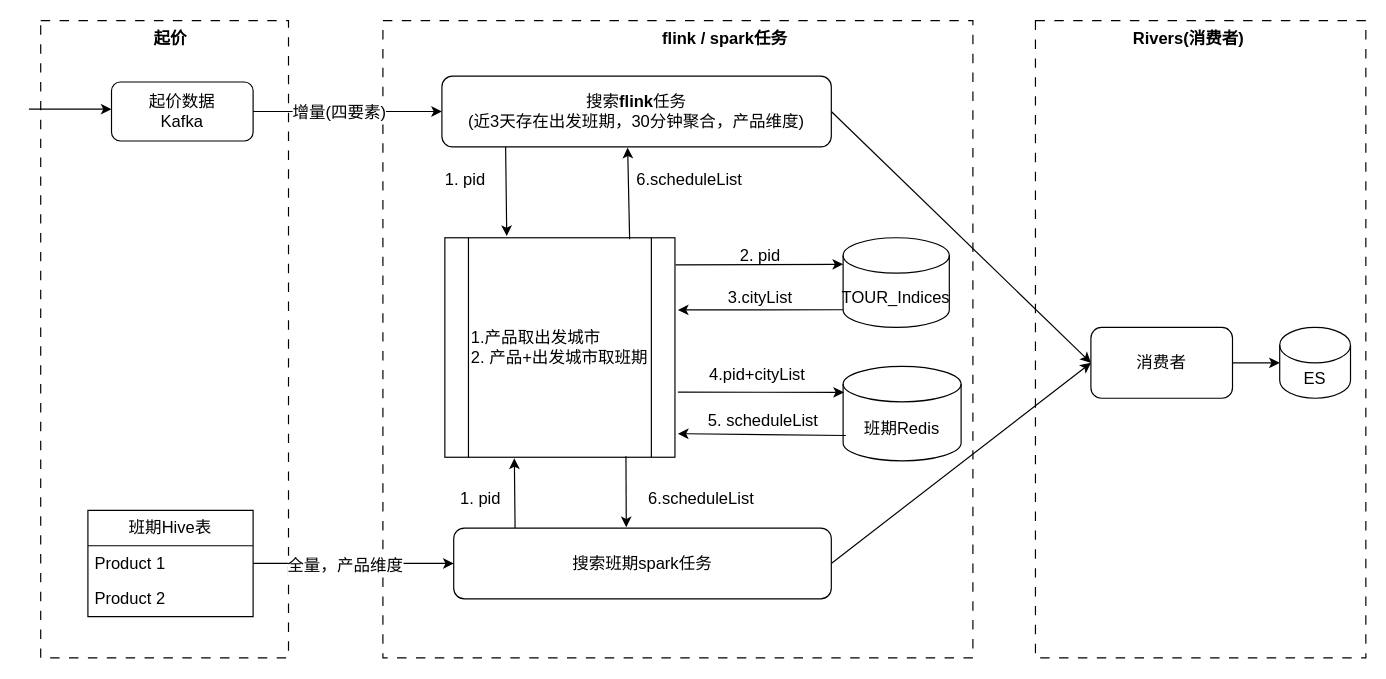
Before: 索引班期更新.drawio in haiyang1985/draw-io, a draw.io diagram. Source tidied: cells renumbered, new cells numbered last; positions are measured from the earlier drawing's top-left corner, leaving out a move shared by most shapes. Both pictures are drawn from the tidied source at 118%, with x=0, y=0 at pixel (28, 20).
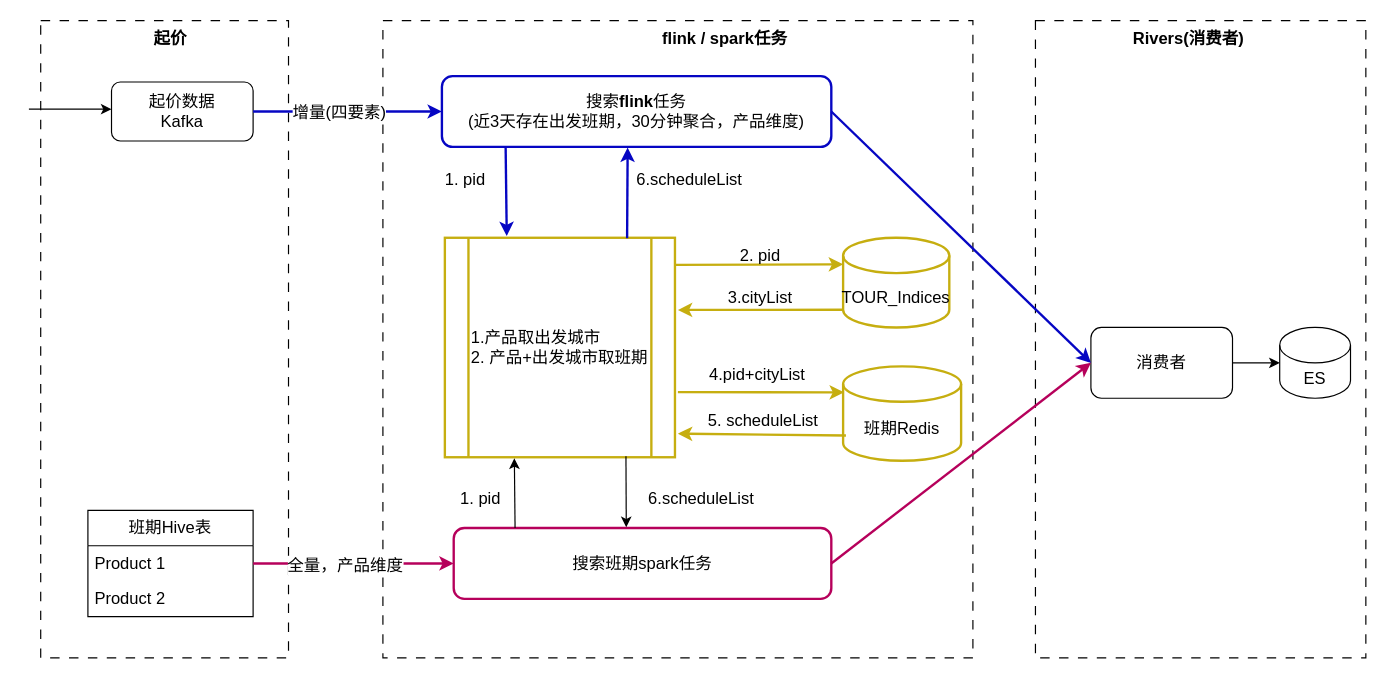
Above is the later version.

Commit message:
更新索引班期更新.drawio

The change refers to these unchanged cells:
```xml
<mxCell id="2" style="rounded=0;whiteSpace=wrap;html=1;fontSize=14;dashed=1;dashPattern=8 8;" parent="1" vertex="1">
  <mxGeometry x="300" width="500" height="540" as="geometry" />
</mxCell>
<mxCell id="8" value="起价数据&lt;div&gt;Kafka&lt;/div&gt;" style="rounded=1;whiteSpace=wrap;html=1;fontSize=14;" parent="1" vertex="1">
  <mxGeometry x="70" y="52" width="120" height="50" as="geometry" />
</mxCell>
<mxCell id="13" value="消费者" style="rounded=1;whiteSpace=wrap;html=1;fontSize=14;" parent="1" vertex="1">
  <mxGeometry x="900" y="260" width="120" height="60" as="geometry" />
</mxCell>
<mxCell id="33" value="Product 1" style="text;strokeColor=none;fillColor=none;align=left;verticalAlign=middle;spacingLeft=4;spacingRight=4;overflow=hidden;points=[[0,0.5],[1,0.5]];portConstraint=eastwest;whiteSpace=wrap;html=1;fontSize=14;" parent="32" vertex="1">
  <mxGeometry y="30" width="140" height="30" as="geometry" />
</mxCell>
```

The edit, as a diff of the source:
```diff
@@
-    <mxCell id="9" value="搜索&lt;b&gt;flink&lt;/b&gt;任务&lt;div&gt;(近3天存在出发班期，30分钟聚合，产品维度)&lt;/div&gt;" style="rounded=1;whiteSpace=wrap;html=1;fontSize=14;" parent="1" vertex="1">
+    <mxCell id="9" value="搜索&lt;b&gt;flink&lt;/b&gt;任务&lt;div&gt;(近3天存在出发班期，30分钟聚合，产品维度)&lt;/div&gt;" style="rounded=1;whiteSpace=wrap;html=1;fontSize=14;strokeColor=#0606C3;strokeWidth=2;" parent="1" vertex="1">
       <mxGeometry x="350" y="47" width="330" height="60" as="geometry" />
     </mxCell>
-    <mxCell id="10" style="endArrow=classic;html=1;rounded=0;exitX=1;exitY=0.5;exitDx=0;exitDy=0;entryX=0;entryY=0.5;entryDx=0;entryDy=0;fontSize=14;" parent="1" edge="1" source="8" target="9">
+    <mxCell id="10" style="endArrow=classic;html=1;rounded=0;exitX=1;exitY=0.5;exitDx=0;exitDy=0;entryX=0;entryY=0.5;entryDx=0;entryDy=0;fontSize=14;strokeColor=#0606C3;strokeWidth=2;" parent="1" edge="1" source="8" target="9">
       <mxGeometry relative="1" as="geometry" />
     </mxCell>
@@
-    <mxCell id="14" style="endArrow=classic;html=1;rounded=0;exitX=1;exitY=0.5;exitDx=0;exitDy=0;entryX=0;entryY=0.5;entryDx=0;entryDy=0;fontSize=14;" parent="1" edge="1" source="9" target="13">
+    <mxCell id="14" style="endArrow=classic;html=1;rounded=0;exitX=1;exitY=0.5;exitDx=0;exitDy=0;entryX=0;entryY=0.5;entryDx=0;entryDy=0;fontSize=14;strokeColor=#0606C3;strokeWidth=2;" parent="1" edge="1" source="9" target="13">
       <mxGeometry relative="1" as="geometry" />
     </mxCell>
@@
-    <mxCell id="16" value="&lt;div&gt;&lt;div class=&quot;old-record-id-NbmhdIVokoazy3xnzICccXbInMe&quot;&gt;TOUR_Indices&lt;/div&gt;&lt;/div&gt;&lt;span data-lark-record-data=&quot;{&amp;quot;rootId&amp;quot;:&amp;quot;E3Tqdnlf3o5lEfxBQr9c95AwnEf&amp;quot;,&amp;quot;text&amp;quot;:{&amp;quot;initialAttributedTexts&amp;quot;:{&amp;quot;text&amp;quot;:{&amp;quot;0&amp;quot;:&amp;quot;TOUR_Indices&amp;quot;},&amp;quot;attribs&amp;quot;:{&amp;quot;0&amp;quot;:&amp;quot;*0+c&amp;quot;}},&amp;quot;apool&amp;quot;:{&amp;quot;numToAttrib&amp;quot;:{&amp;quot;0&amp;quot;:[&amp;quot;author&amp;quot;,&amp;quot;7514862704348151811&amp;quot;]},&amp;quot;nextNum&amp;quot;:1}},&amp;quot;type&amp;quot;:&amp;quot;text&amp;quot;,&amp;quot;referenceRecordMap&amp;quot;:{},&amp;quot;extra&amp;quot;:{&amp;quot;channel&amp;quot;:&amp;quot;saas&amp;quot;,&amp;quot;isEqualBlockSelection&amp;quot;:false,&amp;quot;pasteRandomId&amp;quot;:&amp;quot;73dc063c-bffc-431a-b55b-ae562a93a724&amp;quot;,&amp;quot;mention_page_title&amp;quot;:{},&amp;quot;external_mention_url&amp;quot;:{}},&amp;quot;isKeepQuoteContainer&amp;quot;:false,&amp;quot;isFromCode&amp;quot;:false,&amp;quot;selection&amp;quot;:[{&amp;quot;id&amp;quot;:161,&amp;quot;type&amp;quot;:&amp;quot;text&amp;quot;,&amp;quot;selection&amp;quot;:{&amp;quot;start&amp;quot;:20,&amp;quot;end&amp;quot;:32},&amp;quot;recordId&amp;quot;:&amp;quot;NbmhdIVokoazy3xnzICccXbInMe&amp;quot;}],&amp;quot;payloadMap&amp;quot;:{},&amp;quot;isCut&amp;quot;:false}&quot; class=&quot;lark-record-clipboard&quot;&gt;&lt;/span&gt;" style="shape=cylinder3;whiteSpace=wrap;html=1;boundedLbl=1;backgroundOutline=1;size=15;fontSize=14;" parent="1" vertex="1">
+    <mxCell id="16" value="&lt;div&gt;&lt;div class=&quot;old-record-id-NbmhdIVokoazy3xnzICccXbInMe&quot;&gt;TOUR_Indices&lt;/div&gt;&lt;/div&gt;&lt;span data-lark-record-data=&quot;{&amp;quot;rootId&amp;quot;:&amp;quot;E3Tqdnlf3o5lEfxBQr9c95AwnEf&amp;quot;,&amp;quot;text&amp;quot;:{&amp;quot;initialAttributedTexts&amp;quot;:{&amp;quot;text&amp;quot;:{&amp;quot;0&amp;quot;:&amp;quot;TOUR_Indices&amp;quot;},&amp;quot;attribs&amp;quot;:{&amp;quot;0&amp;quot;:&amp;quot;*0+c&amp;quot;}},&amp;quot;apool&amp;quot;:{&amp;quot;numToAttrib&amp;quot;:{&amp;quot;0&amp;quot;:[&amp;quot;author&amp;quot;,&amp;quot;7514862704348151811&amp;quot;]},&amp;quot;nextNum&amp;quot;:1}},&amp;quot;type&amp;quot;:&amp;quot;text&amp;quot;,&amp;quot;referenceRecordMap&amp;quot;:{},&amp;quot;extra&amp;quot;:{&amp;quot;channel&amp;quot;:&amp;quot;saas&amp;quot;,&amp;quot;isEqualBlockSelection&amp;quot;:false,&amp;quot;pasteRandomId&amp;quot;:&amp;quot;73dc063c-bffc-431a-b55b-ae562a93a724&amp;quot;,&amp;quot;mention_page_title&amp;quot;:{},&amp;quot;external_mention_url&amp;quot;:{}},&amp;quot;isKeepQuoteContainer&amp;quot;:false,&amp;quot;isFromCode&amp;quot;:false,&amp;quot;selection&amp;quot;:[{&amp;quot;id&amp;quot;:161,&amp;quot;type&amp;quot;:&amp;quot;text&amp;quot;,&amp;quot;selection&amp;quot;:{&amp;quot;start&amp;quot;:20,&amp;quot;end&amp;quot;:32},&amp;quot;recordId&amp;quot;:&amp;quot;NbmhdIVokoazy3xnzICccXbInMe&amp;quot;}],&amp;quot;payloadMap&amp;quot;:{},&amp;quot;isCut&amp;quot;:false}&quot; class=&quot;lark-record-clipboard&quot;&gt;&lt;/span&gt;" style="shape=cylinder3;whiteSpace=wrap;html=1;boundedLbl=1;backgroundOutline=1;size=15;fontSize=14;strokeWidth=2;strokeColor=light-dark(#c6ae10, #ededed);" parent="1" vertex="1">
       <mxGeometry x="690" y="184" width="90" height="76" as="geometry" />
     </mxCell>
-    <mxCell id="17" value="&lt;div&gt;&lt;div class=&quot;old-record-id-NbmhdIVokoazy3xnzICccXbInMe&quot;&gt;&lt;div&gt;&lt;div class=&quot;old-record-id-LIoNdeA58oORJnxvpQgcXSyWnAw&quot;&gt;&lt;span style=&quot;color: light-dark(rgb(0, 0, 0), rgb(237, 237, 237)); background-color: transparent;&quot;&gt;班期Redis&lt;/span&gt;&lt;/div&gt;&lt;/div&gt;&lt;span data-lark-record-data=&quot;{&amp;quot;rootId&amp;quot;:&amp;quot;E3Tqdnlf3o5lEfxBQr9c95AwnEf&amp;quot;,&amp;quot;text&amp;quot;:{&amp;quot;initialAttributedTexts&amp;quot;:{&amp;quot;text&amp;quot;:{&amp;quot;0&amp;quot;:&amp;quot;TOUR_PRICEENGINE_SCHEDULE &amp;quot;},&amp;quot;attribs&amp;quot;:{&amp;quot;0&amp;quot;:&amp;quot;*1*0+q&amp;quot;}},&amp;quot;apool&amp;quot;:{&amp;quot;numToAttrib&amp;quot;:{&amp;quot;0&amp;quot;:[&amp;quot;textHighlight&amp;quot;,&amp;quot;rgb(216,57,49)&amp;quot;],&amp;quot;1&amp;quot;:[&amp;quot;author&amp;quot;,&amp;quot;7514862704348151811&amp;quot;]},&amp;quot;nextNum&amp;quot;:2}},&amp;quot;type&amp;quot;:&amp;quot;text&amp;quot;,&amp;quot;referenceRecordMap&amp;quot;:{},&amp;quot;extra&amp;quot;:{&amp;quot;channel&amp;quot;:&amp;quot;saas&amp;quot;,&amp;quot;isEqualBlockSelection&amp;quot;:false,&amp;quot;pasteRandomId&amp;quot;:&amp;quot;31fc69ff-c882-4c0b-a564-73681091c8dd&amp;quot;,&amp;quot;mention_page_title&amp;quot;:{},&amp;quot;external_mention_url&amp;quot;:{}},&amp;quot;isKeepQuoteContainer&amp;quot;:false,&amp;quot;isFromCode&amp;quot;:false,&amp;quot;selection&amp;quot;:[{&amp;quot;id&amp;quot;:139,&amp;quot;type&amp;quot;:&amp;quot;text&amp;quot;,&amp;quot;selection&amp;quot;:{&amp;quot;start&amp;quot;:34,&amp;quot;end&amp;quot;:60},&amp;quot;recordId&amp;quot;:&amp;quot;LIoNdeA58oORJnxvpQgcXSyWnAw&amp;quot;}],&amp;quot;payloadMap&amp;quot;:{},&amp;quot;isCut&amp;quot;:false}&quot; class=&quot;lark-record-clipboard&quot;&gt;&lt;/span&gt;&lt;/div&gt;&lt;/div&gt;&lt;span data-lark-record-data=&quot;{&amp;quot;rootId&amp;quot;:&amp;quot;E3Tqdnlf3o5lEfxBQr9c95AwnEf&amp;quot;,&amp;quot;text&amp;quot;:{&amp;quot;initialAttributedTexts&amp;quot;:{&amp;quot;text&amp;quot;:{&amp;quot;0&amp;quot;:&amp;quot;TOUR_Indices&amp;quot;},&amp;quot;attribs&amp;quot;:{&amp;quot;0&amp;quot;:&amp;quot;*0+c&amp;quot;}},&amp;quot;apool&amp;quot;:{&amp;quot;numToAttrib&amp;quot;:{&amp;quot;0&amp;quot;:[&amp;quot;author&amp;quot;,&amp;quot;7514862704348151811&amp;quot;]},&amp;quot;nextNum&amp;quot;:1}},&amp;quot;type&amp;quot;:&amp;quot;text&amp;quot;,&amp;quot;referenceRecordMap&amp;quot;:{},&amp;quot;extra&amp;quot;:{&amp;quot;channel&amp;quot;:&amp;quot;saas&amp;quot;,&amp;quot;isEqualBlockSelection&amp;quot;:false,&amp;quot;pasteRandomId&amp;quot;:&amp;quot;73dc063c-bffc-431a-b55b-ae562a93a724&amp;quot;,&amp;quot;mention_page_title&amp;quot;:{},&amp;quot;external_mention_url&amp;quot;:{}},&amp;quot;isKeepQuoteContainer&amp;quot;:false,&amp;quot;isFromCode&amp;quot;:false,&amp;quot;selection&amp;quot;:[{&amp;quot;id&amp;quot;:161,&amp;quot;type&amp;quot;:&amp;quot;text&amp;quot;,&amp;quot;selection&amp;quot;:{&amp;quot;start&amp;quot;:20,&amp;quot;end&amp;quot;:32},&amp;quot;recordId&amp;quot;:&amp;quot;NbmhdIVokoazy3xnzICccXbInMe&amp;quot;}],&amp;quot;payloadMap&amp;quot;:{},&amp;quot;isCut&amp;quot;:false}&quot; class=&quot;lark-record-clipboard&quot;&gt;&lt;/span&gt;" style="shape=cylinder3;whiteSpace=wrap;html=1;boundedLbl=1;backgroundOutline=1;size=15;fontSize=14;" parent="1" vertex="1">
+    <mxCell id="17" value="&lt;div&gt;&lt;div class=&quot;old-record-id-NbmhdIVokoazy3xnzICccXbInMe&quot;&gt;&lt;div&gt;&lt;div class=&quot;old-record-id-LIoNdeA58oORJnxvpQgcXSyWnAw&quot;&gt;&lt;span style=&quot;color: light-dark(rgb(0, 0, 0), rgb(237, 237, 237)); background-color: transparent;&quot;&gt;班期Redis&lt;/span&gt;&lt;/div&gt;&lt;/div&gt;&lt;span data-lark-record-data=&quot;{&amp;quot;rootId&amp;quot;:&amp;quot;E3Tqdnlf3o5lEfxBQr9c95AwnEf&amp;quot;,&amp;quot;text&amp;quot;:{&amp;quot;initialAttributedTexts&amp;quot;:{&amp;quot;text&amp;quot;:{&amp;quot;0&amp;quot;:&amp;quot;TOUR_PRICEENGINE_SCHEDULE &amp;quot;},&amp;quot;attribs&amp;quot;:{&amp;quot;0&amp;quot;:&amp;quot;*1*0+q&amp;quot;}},&amp;quot;apool&amp;quot;:{&amp;quot;numToAttrib&amp;quot;:{&amp;quot;0&amp;quot;:[&amp;quot;textHighlight&amp;quot;,&amp;quot;rgb(216,57,49)&amp;quot;],&amp;quot;1&amp;quot;:[&amp;quot;author&amp;quot;,&amp;quot;7514862704348151811&amp;quot;]},&amp;quot;nextNum&amp;quot;:2}},&amp;quot;type&amp;quot;:&amp;quot;text&amp;quot;,&amp;quot;referenceRecordMap&amp;quot;:{},&amp;quot;extra&amp;quot;:{&amp;quot;channel&amp;quot;:&amp;quot;saas&amp;quot;,&amp;quot;isEqualBlockSelection&amp;quot;:false,&amp;quot;pasteRandomId&amp;quot;:&amp;quot;31fc69ff-c882-4c0b-a564-73681091c8dd&amp;quot;,&amp;quot;mention_page_title&amp;quot;:{},&amp;quot;external_mention_url&amp;quot;:{}},&amp;quot;isKeepQuoteContainer&amp;quot;:false,&amp;quot;isFromCode&amp;quot;:false,&amp;quot;selection&amp;quot;:[{&amp;quot;id&amp;quot;:139,&amp;quot;type&amp;quot;:&amp;quot;text&amp;quot;,&amp;quot;selection&amp;quot;:{&amp;quot;start&amp;quot;:34,&amp;quot;end&amp;quot;:60},&amp;quot;recordId&amp;quot;:&amp;quot;LIoNdeA58oORJnxvpQgcXSyWnAw&amp;quot;}],&amp;quot;payloadMap&amp;quot;:{},&amp;quot;isCut&amp;quot;:false}&quot; class=&quot;lark-record-clipboard&quot;&gt;&lt;/span&gt;&lt;/div&gt;&lt;/div&gt;&lt;span data-lark-record-data=&quot;{&amp;quot;rootId&amp;quot;:&amp;quot;E3Tqdnlf3o5lEfxBQr9c95AwnEf&amp;quot;,&amp;quot;text&amp;quot;:{&amp;quot;initialAttributedTexts&amp;quot;:{&amp;quot;text&amp;quot;:{&amp;quot;0&amp;quot;:&amp;quot;TOUR_Indices&amp;quot;},&amp;quot;attribs&amp;quot;:{&amp;quot;0&amp;quot;:&amp;quot;*0+c&amp;quot;}},&amp;quot;apool&amp;quot;:{&amp;quot;numToAttrib&amp;quot;:{&amp;quot;0&amp;quot;:[&amp;quot;author&amp;quot;,&amp;quot;7514862704348151811&amp;quot;]},&amp;quot;nextNum&amp;quot;:1}},&amp;quot;type&amp;quot;:&amp;quot;text&amp;quot;,&amp;quot;referenceRecordMap&amp;quot;:{},&amp;quot;extra&amp;quot;:{&amp;quot;channel&amp;quot;:&amp;quot;saas&amp;quot;,&amp;quot;isEqualBlockSelection&amp;quot;:false,&amp;quot;pasteRandomId&amp;quot;:&amp;quot;73dc063c-bffc-431a-b55b-ae562a93a724&amp;quot;,&amp;quot;mention_page_title&amp;quot;:{},&amp;quot;external_mention_url&amp;quot;:{}},&amp;quot;isKeepQuoteContainer&amp;quot;:false,&amp;quot;isFromCode&amp;quot;:false,&amp;quot;selection&amp;quot;:[{&amp;quot;id&amp;quot;:161,&amp;quot;type&amp;quot;:&amp;quot;text&amp;quot;,&amp;quot;selection&amp;quot;:{&amp;quot;start&amp;quot;:20,&amp;quot;end&amp;quot;:32},&amp;quot;recordId&amp;quot;:&amp;quot;NbmhdIVokoazy3xnzICccXbInMe&amp;quot;}],&amp;quot;payloadMap&amp;quot;:{},&amp;quot;isCut&amp;quot;:false}&quot; class=&quot;lark-record-clipboard&quot;&gt;&lt;/span&gt;" style="shape=cylinder3;whiteSpace=wrap;html=1;boundedLbl=1;backgroundOutline=1;size=15;fontSize=14;strokeWidth=2;strokeColor=light-dark(#c6ae10, #ededed);" parent="1" vertex="1">
       <mxGeometry x="690" y="293" width="100" height="80" as="geometry" />
     </mxCell>
-    <mxCell id="18" style="endArrow=classic;html=1;rounded=0;entryX=0.007;entryY=0.275;entryDx=0;entryDy=0;entryPerimeter=0;exitX=0.5;exitY=0.583;exitDx=0;exitDy=0;fontSize=14;exitPerimeter=0;" parent="1" edge="1" source="2" target="17">
+    <mxCell id="18" style="endArrow=classic;html=1;rounded=0;entryX=0.007;entryY=0.275;entryDx=0;entryDy=0;entryPerimeter=0;exitX=0.5;exitY=0.583;exitDx=0;exitDy=0;fontSize=14;exitPerimeter=0;strokeWidth=2;strokeColor=light-dark(#c6ae10, #ededed);" parent="1" edge="1" source="2" target="17">
       <mxGeometry relative="1" as="geometry" />
     </mxCell>
@@
-    <mxCell id="20" value="1.产品取出发城市&lt;div&gt;2. 产品+出发城市取班期&lt;/div&gt;" style="shape=process;whiteSpace=wrap;html=1;backgroundOutline=1;fontSize=14;align=left;" parent="1" vertex="1">
+    <mxCell id="20" value="1.产品取出发城市&lt;div&gt;2. 产品+出发城市取班期&lt;/div&gt;" style="shape=process;whiteSpace=wrap;html=1;backgroundOutline=1;fontSize=14;align=left;strokeWidth=2;strokeColor=light-dark(#c6ae10, #ededed);" parent="1" vertex="1">
       <mxGeometry x="352.5" y="184" width="195" height="186" as="geometry" />
     </mxCell>
-    <mxCell id="21" style="endArrow=classic;html=1;rounded=0;fontSize=14;exitX=0.024;exitY=0.732;exitDx=0;exitDy=0;exitPerimeter=0;" parent="1" edge="1" source="17">
+    <mxCell id="21" style="endArrow=classic;html=1;rounded=0;fontSize=14;exitX=0.024;exitY=0.732;exitDx=0;exitDy=0;exitPerimeter=0;strokeWidth=2;strokeColor=light-dark(#c6ae10, #ededed);" parent="1" edge="1" source="17">
       <mxGeometry relative="1" as="geometry">
         <mxPoint x="550" y="350" as="targetPoint" />
       </mxGeometry>
     </mxCell>
@@
-    <mxCell id="24" style="endArrow=classic;html=1;rounded=0;entryX=0;entryY=0;entryDx=0;entryDy=22.5;entryPerimeter=0;fontSize=14;" parent="1" edge="1" target="16">
+    <mxCell id="24" style="endArrow=classic;html=1;rounded=0;entryX=0;entryY=0;entryDx=0;entryDy=22.5;entryPerimeter=0;fontSize=14;strokeWidth=2;strokeColor=light-dark(#c6ae10, #ededed);" parent="1" edge="1" target="16">
       <mxGeometry relative="1" as="geometry">
         <mxPoint x="548" y="207" as="sourcePoint" />
       </mxGeometry>
     </mxCell>
-    <mxCell id="25" style="endArrow=classic;html=1;rounded=0;fontSize=14;exitX=0;exitY=1;exitDx=0;exitDy=-15;exitPerimeter=0;entryX=0.5;entryY=0.454;entryDx=0;entryDy=0;entryPerimeter=0;" parent="1" edge="1" source="16" target="2">
+    <mxCell id="25" style="endArrow=classic;html=1;rounded=0;fontSize=14;exitX=0;exitY=1;exitDx=0;exitDy=-15;exitPerimeter=0;entryX=0.5;entryY=0.454;entryDx=0;entryDy=0;entryPerimeter=0;strokeWidth=2;strokeColor=light-dark(#c6ae10, #ededed);" parent="1" edge="1" source="16" target="2">
       <mxGeometry relative="1" as="geometry" />
     </mxCell>
-    <mxCell id="26" style="endArrow=classic;html=1;rounded=0;entryX=0.269;entryY=-0.008;entryDx=0;entryDy=0;entryPerimeter=0;fontSize=14;exitX=0.194;exitY=1.067;exitDx=0;exitDy=0;exitPerimeter=0;" parent="1" edge="1" target="20">
+    <mxCell id="26" style="endArrow=classic;html=1;rounded=0;entryX=0.269;entryY=-0.008;entryDx=0;entryDy=0;entryPerimeter=0;fontSize=14;exitX=0.194;exitY=1.067;exitDx=0;exitDy=0;exitPerimeter=0;strokeWidth=2;strokeColor=light-dark(#0606C3,#EDEDED);" parent="1" edge="1" target="20">
       <mxGeometry relative="1" as="geometry">
         <mxPoint x="404" y="107" as="sourcePoint" />
       </mxGeometry>
     </mxCell>
-    <mxCell id="27" style="endArrow=classic;html=1;rounded=0;fontSize=14;exitX=0.803;exitY=0.007;exitDx=0;exitDy=0;exitPerimeter=0;entryX=0.477;entryY=1.01;entryDx=0;entryDy=0;entryPerimeter=0;" parent="1" edge="1" source="20" target="9">
+    <mxCell id="27" style="endArrow=classic;html=1;rounded=0;fontSize=14;exitX=0.792;exitY=0.002;exitDx=0;exitDy=0;exitPerimeter=0;entryX=0.477;entryY=1.01;entryDx=0;entryDy=0;entryPerimeter=0;strokeWidth=2;strokeColor=light-dark(#0606C3,#EDEDED);" parent="1" edge="1" source="20" target="9">
       <mxGeometry relative="1" as="geometry" />
     </mxCell>
@@
-    <mxCell id="35" value="搜索班期spark任务" style="rounded=1;whiteSpace=wrap;html=1;fontSize=14;" parent="1" vertex="1">
+    <mxCell id="35" value="搜索班期spark任务" style="rounded=1;whiteSpace=wrap;html=1;fontSize=14;strokeWidth=2;strokeColor=#B6005B;" parent="1" vertex="1">
       <mxGeometry x="360" y="430" width="320" height="60" as="geometry" />
     </mxCell>
-    <mxCell id="36" style="endArrow=classic;html=1;rounded=0;exitX=1;exitY=0.5;exitDx=0;exitDy=0;entryX=0;entryY=0.5;entryDx=0;entryDy=0;fontSize=14;" parent="1" edge="1" source="33" target="35">
+    <mxCell id="36" style="endArrow=classic;html=1;rounded=0;exitX=1;exitY=0.5;exitDx=0;exitDy=0;entryX=0;entryY=0.5;entryDx=0;entryDy=0;fontSize=14;strokeWidth=2;strokeColor=#B6005B;" parent="1" edge="1" source="33" target="35">
       <mxGeometry relative="1" as="geometry" />
     </mxCell>
@@
-    <mxCell id="38" style="endArrow=classic;html=1;rounded=0;entryX=0;entryY=0.5;entryDx=0;entryDy=0;exitX=1;exitY=0.5;exitDx=0;exitDy=0;fontSize=14;" parent="1" edge="1" source="35" target="13">
+    <mxCell id="38" style="endArrow=classic;html=1;rounded=0;entryX=0;entryY=0.5;entryDx=0;entryDy=0;exitX=1;exitY=0.5;exitDx=0;exitDy=0;fontSize=14;strokeWidth=2;strokeColor=#B6005B;" parent="1" edge="1" source="35" target="13">
       <mxGeometry relative="1" as="geometry" />
     </mxCell>
```
